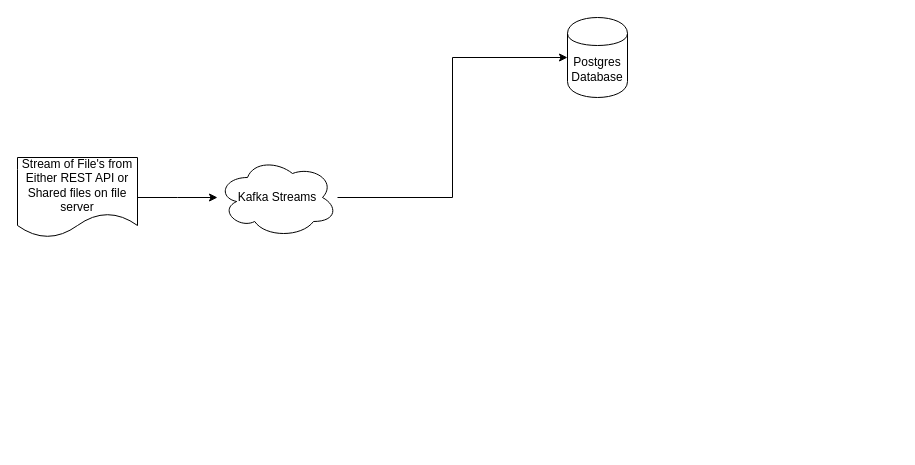
This is StockG.drawio from rahuldhote/SecretSantaGenerator, a draw.io file, before an edit. Source tidied: cells renumbered, new cells numbered last; positions are measured from the earlier drawing's top-left corner, leaving out a move shared by most shapes. Both pictures are drawn from the tidied source at 100%, with x=0, y=0 at pixel (17, 17).
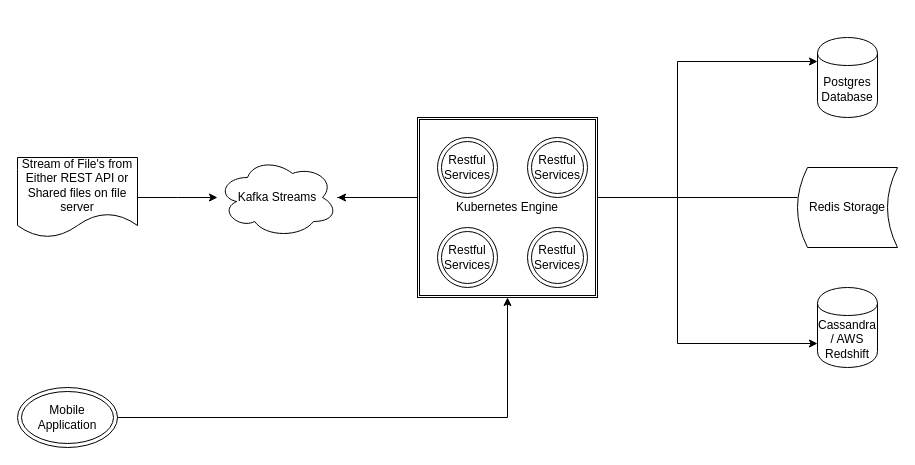
The same page after the edit.

The change refers to these unchanged cells:
```xml
<mxCell id="5" value="Kafka Streams" style="ellipse;shape=cloud;whiteSpace=wrap;html=1;" parent="1" vertex="1">
  <mxGeometry x="200" y="140" width="120" height="80" as="geometry" />
</mxCell>
```

What changed in the source:
```diff
@@
-    <mxCell id="4" style="edgeStyle=orthogonalEdgeStyle;rounded=0;jettySize=auto;html=1;entryX=0;entryY=0.5;entryDx=0;entryDy=0;" parent="1" edge="1" source="5" target="6">
-      <mxGeometry relative="1" as="geometry" />
+    <mxCell id="4" style="edgeStyle=orthogonalEdgeStyle;rounded=0;jettySize=auto;html=1;entryX=0;entryY=0.3;entryDx=0;entryDy=0;" parent="1" edge="1" source="5" target="6">
+      <mxGeometry relative="1" as="geometry">
+        <Array as="points">
+          <mxPoint x="660" y="180" />
+          <mxPoint x="660" y="44" />
+        </Array>
+      </mxGeometry>
     </mxCell>
+    <mxCell id="7" style="edgeStyle=orthogonalEdgeStyle;rounded=0;jettySize=auto;html=1;entryX=0;entryY=0.7;entryDx=0;entryDy=0;" parent="1" edge="1" source="5" target="10">
+      <mxGeometry relative="1" as="geometry">
+        <Array as="points">
+          <mxPoint x="660" y="180" />
+          <mxPoint x="660" y="326" />
+        </Array>
+      </mxGeometry>
+    </mxCell>
@@
     <mxCell id="6" value="Postgres Database&lt;br&gt;" style="shape=cylinder;whiteSpace=wrap;html=1;boundedLbl=1;backgroundOutline=1;" parent="1" vertex="1">
-      <mxGeometry x="550" width="60" height="80" as="geometry" />
+      <mxGeometry x="800" y="20" width="60" height="80" as="geometry" />
     </mxCell>
+    <mxCell id="8" style="edgeStyle=orthogonalEdgeStyle;rounded=0;jettySize=auto;html=1;" parent="1" edge="1" source="9" target="5">
+      <mxGeometry relative="1" as="geometry">
+        <Array as="points">
+          <mxPoint x="520" y="180" />
+          <mxPoint x="520" y="180" />
+        </Array>
+      </mxGeometry>
+    </mxCell>
+    <mxCell id="9" value="Redis Storage&lt;br&gt;" style="shape=dataStorage;whiteSpace=wrap;html=1;" parent="1" vertex="1">
+      <mxGeometry x="780" y="150" width="100" height="80" as="geometry" />
+    </mxCell>
+    <mxCell id="10" value="Cassandra / AWS Redshift&lt;br&gt;" style="shape=cylinder;whiteSpace=wrap;html=1;boundedLbl=1;backgroundOutline=1;" parent="1" vertex="1">
+      <mxGeometry x="800" y="270" width="60" height="80" as="geometry" />
+    </mxCell>
+    <mxCell id="11" value="Kubernetes Engine" style="shape=ext;double=1;whiteSpace=wrap;html=1;" parent="1" vertex="1">
+      <mxGeometry x="400" y="100" width="180" height="180" as="geometry" />
+    </mxCell>
+    <mxCell id="12" value="Restful Services&lt;br&gt;" style="ellipse;shape=doubleEllipse;whiteSpace=wrap;html=1;" parent="1" vertex="1">
+      <mxGeometry x="420" y="210" width="60" height="60" as="geometry" />
+    </mxCell>
+    <mxCell id="13" value="Restful Services&lt;br&gt;" style="ellipse;shape=doubleEllipse;whiteSpace=wrap;html=1;" parent="1" vertex="1">
+      <mxGeometry x="510" y="210" width="60" height="60" as="geometry" />
+    </mxCell>
+    <mxCell id="14" value="Restful Services&lt;br&gt;" style="ellipse;shape=doubleEllipse;whiteSpace=wrap;html=1;" parent="1" vertex="1">
+      <mxGeometry x="420" y="120" width="60" height="60" as="geometry" />
+    </mxCell>
+    <mxCell id="15" value="Restful Services&lt;br&gt;" style="ellipse;shape=doubleEllipse;whiteSpace=wrap;html=1;" parent="1" vertex="1">
+      <mxGeometry x="510" y="120" width="60" height="60" as="geometry" />
+    </mxCell>
+    <mxCell id="16" style="edgeStyle=orthogonalEdgeStyle;rounded=0;jettySize=auto;html=1;entryX=0.5;entryY=1;entryDx=0;entryDy=0;" parent="1" edge="1" source="17" target="11">
+      <mxGeometry relative="1" as="geometry" />
+    </mxCell>
+    <mxCell id="17" value="Mobile Application&lt;br&gt;" style="ellipse;shape=doubleEllipse;whiteSpace=wrap;html=1;" parent="1" vertex="1">
+      <mxGeometry y="370" width="100" height="60" as="geometry" />
+    </mxCell>
```
